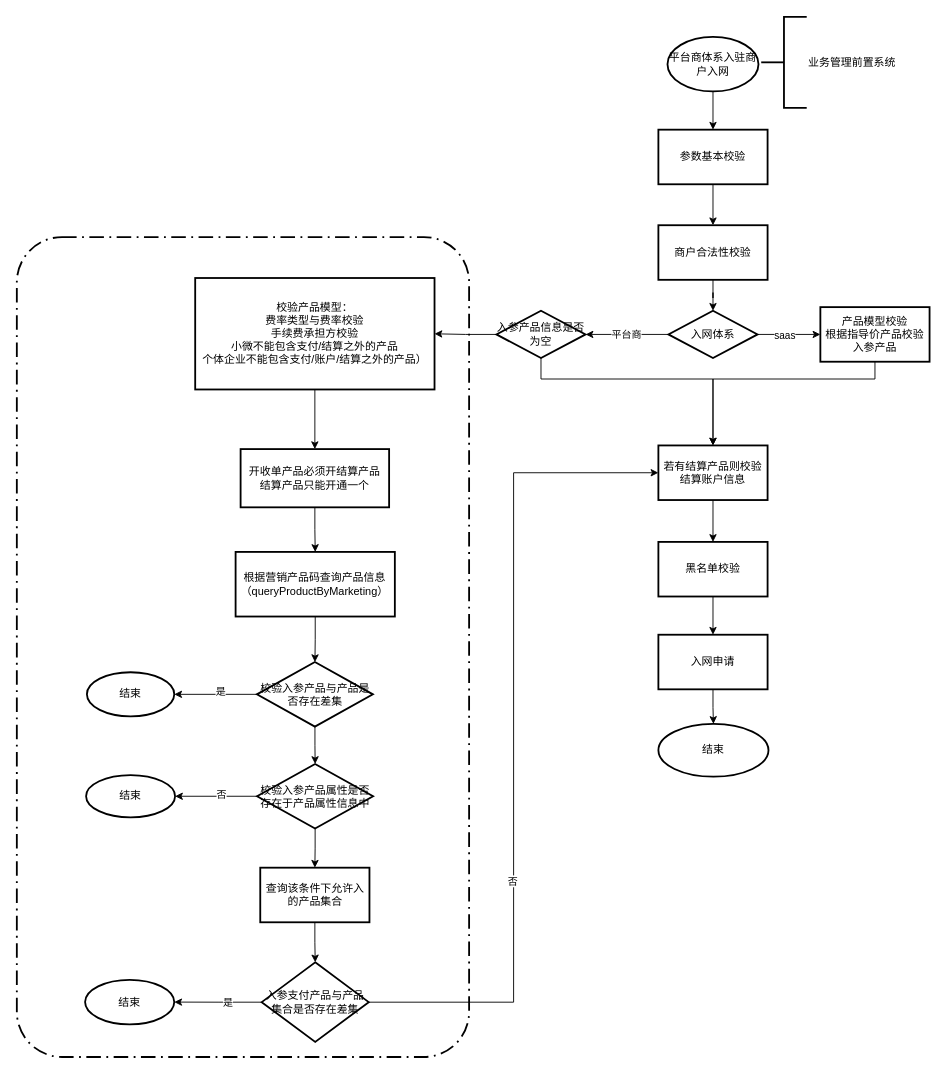
Above: page "迁移平台商入驻商户存在产品" (1 of 2) of 未命名绘图.drawio in fengyong7723131/work (draw.io), before the change. Source tidied: cells renumbered, new cells numbered last; positions are measured from the earlier drawing's top-left corner, leaving out a move shared by most shapes. Both pictures are drawn from the tidied source at 91%, with x=0, y=0 at pixel (16, 16).
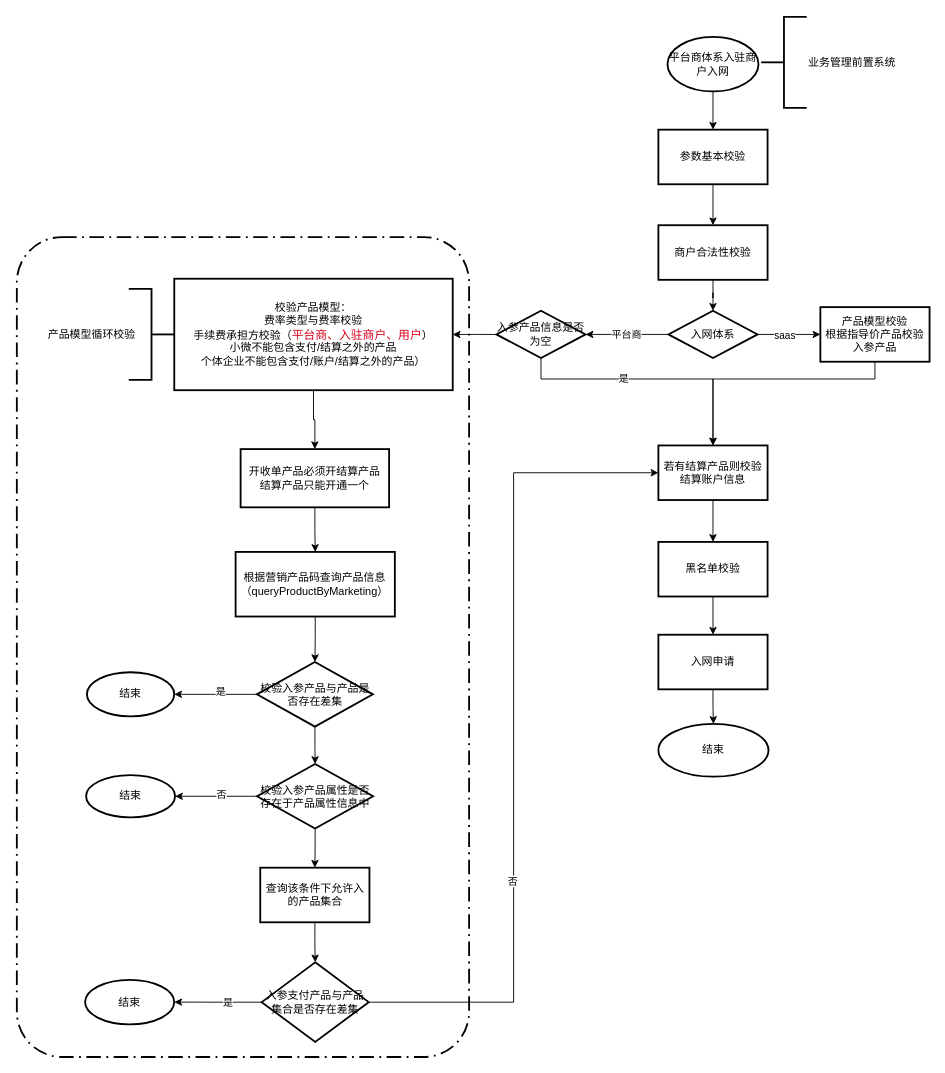
After the change.

Commit message:
更新未命名绘图.drawio

The change refers to these unchanged cells:
```xml
<mxCell id="15" style="edgeStyle=orthogonalEdgeStyle;rounded=0;jettySize=auto;html=1;exitX=0.5;exitY=1;exitDx=0;exitDy=0;entryX=0.5;entryY=0;entryDx=0;entryDy=0;" parent="1" edge="1" source="17" target="21">
  <mxGeometry relative="1" as="geometry">
    <Array as="points">
      <mxPoint x="576" y="398" />
      <mxPoint x="765" y="398" />
    </Array>
  </mxGeometry>
</mxCell>
```

What changed in the source:
```diff
@@
+    <mxCell id="50" value="是" style="edgeLabel;html=1;align=center;verticalAlign=middle;" parent="15" vertex="1">
+      <mxGeometry x="-0.21" y="1" relative="1" as="geometry" />
+    </mxCell>
@@
-    <mxCell id="40" value="校验产品模型：&lt;br&gt;费率类型与费率校验&lt;br&gt;手续费承担方校验&lt;br&gt;小微不能包含支付/结算之外的产品&lt;br&gt;个体企业不能包含支付/账户/结算之外的产品）" style="whiteSpace=wrap;html=1;strokeWidth=2;" parent="1" vertex="1">
-      <mxGeometry x="196" y="287" width="263" height="122.5" as="geometry" />
+    <mxCell id="40" value="校验产品模型：&lt;br&gt;费率类型与费率校验&lt;br&gt;手续费承担方校验（&lt;span style=&quot;color: rgb(217 , 0 , 27) ; font-family: , &amp;#34;pingfang sc&amp;#34; , sans-serif ; font-size: 13px&quot;&gt;平台商、入驻商户、用户&lt;/span&gt;）&lt;br&gt;小微不能包含支付/结算之外的产品&lt;br&gt;个体企业不能包含支付/账户/结算之外的产品）" style="whiteSpace=wrap;html=1;strokeWidth=2;" parent="1" vertex="1">
+      <mxGeometry x="173" y="287.8" width="306" height="122.5" as="geometry" />
     </mxCell>
@@
+    <mxCell id="51" style="strokeWidth=2;html=1;shape=mxgraph.flowchart.annotation_2;align=left;labelPosition=right;rotation=-180;" parent="1" vertex="1">
+      <mxGeometry x="123" y="299" width="50" height="100" as="geometry" />
+    </mxCell>
+    <mxCell id="52" value="产品模型循环校验" style="text;html=1;align=center;verticalAlign=middle;" parent="1" vertex="1">
+      <mxGeometry x="29" y="340" width="106" height="18" as="geometry" />
+    </mxCell>
```
